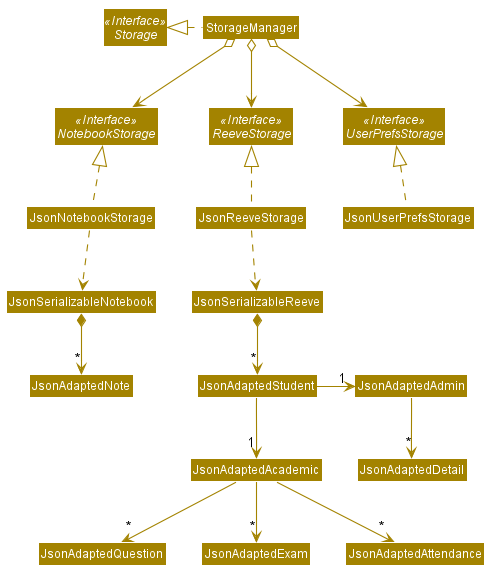
Earlier version of the PlantUML export docs/images/StorageClassDiagram.png (nus-cs2103-AY2021S1/tp).
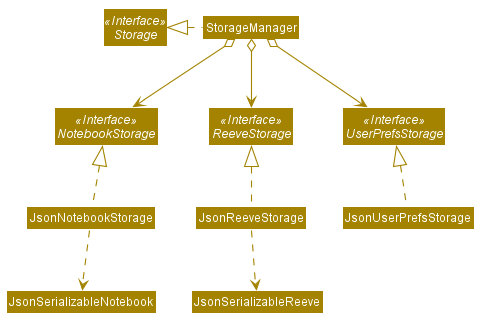
The same file after the commit.

Commit message:
Edit DG storage description and class diagrams

What changed in the source:
```diff
@@ -69,14 +69,6 @@
 JsonUserPrefsStorage .up.|> UserPrefsStorage
 JsonReeveStorage .up.|> ReeveStorage
 JsonReeveStorage .down.> JsonSerializableReeve
-JsonSerializableReeve *--> "*" JsonAdaptedStudent
-JsonAdaptedStudent -right-> "1" JsonAdaptedAdmin
-JsonAdaptedStudent --> "1" JsonAdaptedAcademic
-JsonAdaptedAdmin -down-> "*" JsonAdaptedDetail
-JsonAdaptedAcademic -down-> "*" JsonAdaptedQuestion
-JsonAdaptedAcademic -down-> "*" JsonAdaptedExam
-JsonAdaptedAcademic -down-> "*" JsonAdaptedAttendance
 JsonNotebookStorage .up.|> NotebookStorage
 JsonNotebookStorage .down.> JsonSerializableNotebook
-JsonSerializableNotebook *-down-> "*" JsonAdaptedNote
 @enduml
```
